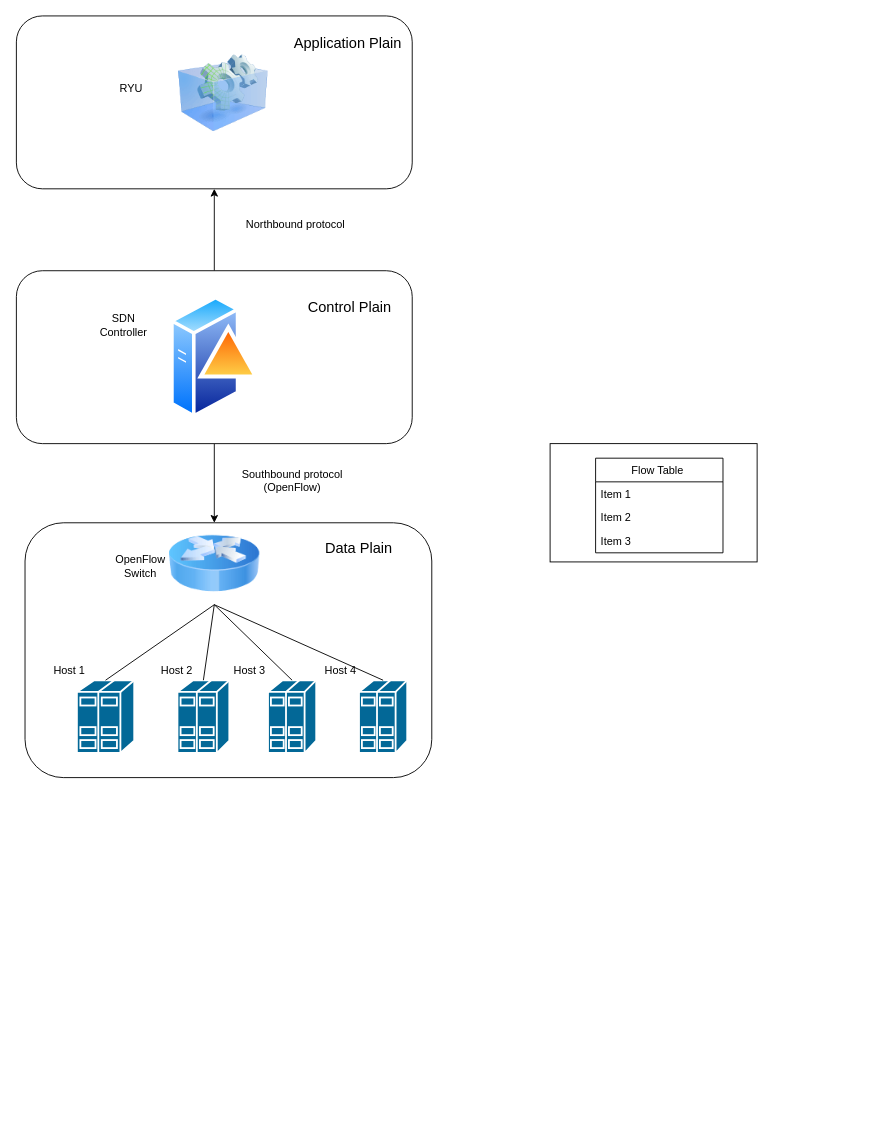
AlistairDrew/Video-Streaming-DASH-and-SDN keeps this draw.io diagram as SDN_structure.drawio. Above is the earlier version. Source tidied: cells renumbered, new cells numbered last; positions are measured from the earlier drawing's top-left corner, leaving out a move shared by most shapes. Both pictures are drawn from the tidied source at 91%, with x=0, y=0 at pixel (16, 15).
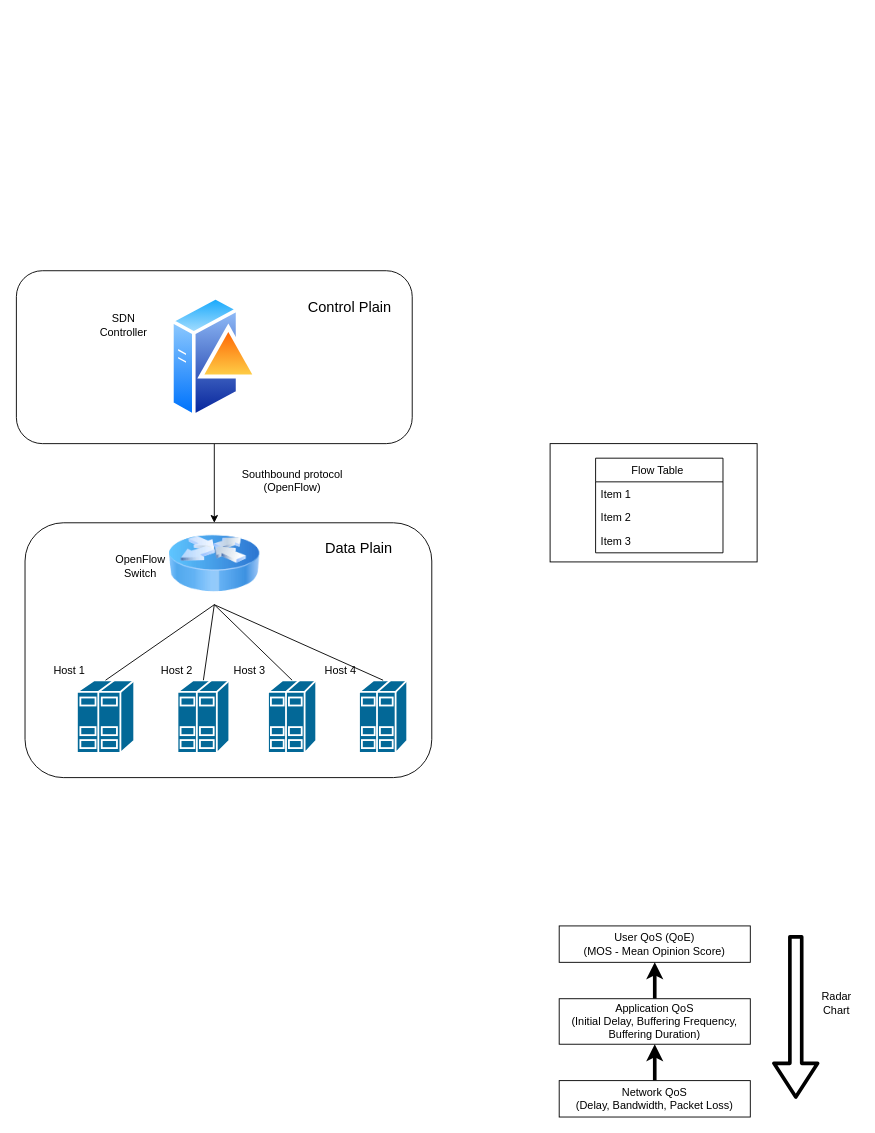
The same page after the edit.

Unchanged cells that the change refers to:
```xml
<mxCell id="4" style="rounded=1;whiteSpace=wrap;html=1;" parent="1" vertex="1">
  <mxGeometry x="-0.5" y="280" width="435" height="190" as="geometry" />
</mxCell>
```

Diff of the diagram source:
```diff
@@
-    <mxCell id="3" style="edgeStyle=orthogonalEdgeStyle;rounded=0;jettySize=auto;html=1;" parent="1" edge="1" source="4" target="29">
-      <mxGeometry relative="1" as="geometry" />
-    </mxCell>
@@
-    <mxCell id="29" style="rounded=1;whiteSpace=wrap;html=1;" parent="1" vertex="1">
-      <mxGeometry x="-0.5" width="435" height="190" as="geometry" />
-    </mxCell>
@@
-    <mxCell id="31" value="Northbound protocol" style="text;html=1;align=center;verticalAlign=middle;strokeColor=none;" parent="1" vertex="1">
-      <mxGeometry x="246" y="220" width="120" height="20" as="geometry" />
-    </mxCell>
-    <mxCell id="32" style="image;html=1;image=img/lib/clip_art/computers/Virtual_Application_128x128.png;" parent="1" vertex="1">
-      <mxGeometry x="177" y="40" width="99" height="90" as="geometry" />
-    </mxCell>
-    <mxCell id="33" value="RYU" style="text;html=1;strokeColor=none;fillColor=none;align=center;verticalAlign=middle;whiteSpace=wrap;rounded=0;" parent="1" vertex="1">
-      <mxGeometry x="106" y="70" width="40" height="20" as="geometry" />
-    </mxCell>
-    <mxCell id="34" value="&lt;font style=&quot;font-size: 16px&quot;&gt;Application Plain&lt;/font&gt;" style="text;html=1;strokeColor=none;fillColor=none;align=center;verticalAlign=middle;whiteSpace=wrap;rounded=0;" parent="1" vertex="1">
-      <mxGeometry x="299" y="20" width="130" height="20" as="geometry" />
-    </mxCell>
+    <mxCell id="35" value="User QoS (QoE)&lt;br&gt;(MOS - Mean Opinion Score)" style="rounded=0;whiteSpace=wrap;html=1;" parent="1" vertex="1">
+      <mxGeometry x="596" y="1000" width="210" height="40" as="geometry" />
+    </mxCell>
+    <mxCell id="36" style="edgeStyle=orthogonalEdgeStyle;rounded=0;jettySize=auto;html=1;strokeWidth=4;" parent="1" edge="1" source="37" target="35">
+      <mxGeometry relative="1" as="geometry" />
+    </mxCell>
+    <mxCell id="37" value="Application QoS&lt;br&gt;(Initial Delay, Buffering Frequency, Buffering Duration)" style="rounded=0;whiteSpace=wrap;html=1;" parent="1" vertex="1">
+      <mxGeometry x="596" y="1080" width="210" height="50" as="geometry" />
+    </mxCell>
+    <mxCell id="38" style="edgeStyle=orthogonalEdgeStyle;rounded=0;jettySize=auto;html=1;exitX=0.5;exitY=0;exitDx=0;exitDy=0;entryX=0.5;entryY=1;entryDx=0;entryDy=0;strokeWidth=4;" parent="1" edge="1" source="39" target="37">
+      <mxGeometry relative="1" as="geometry" />
+    </mxCell>
+    <mxCell id="39" value="Network QoS&lt;br&gt;(Delay, Bandwidth, Packet Loss)" style="rounded=0;whiteSpace=wrap;html=1;" parent="1" vertex="1">
+      <mxGeometry x="596" y="1170" width="210" height="40" as="geometry" />
+    </mxCell>
+    <mxCell id="40" style="shape=flexArrow;endArrow=classic;html=1;strokeWidth=4;endWidth=31;endSize=11;" parent="1" edge="1">
+      <mxGeometry relative="1" as="geometry">
+        <mxPoint x="856" y="1010" as="sourcePoint" />
+        <mxPoint x="856" y="1190" as="targetPoint" />
+      </mxGeometry>
+    </mxCell>
+    <mxCell id="41" value="Radar Chart" style="text;html=1;strokeColor=none;fillColor=none;align=center;verticalAlign=middle;whiteSpace=wrap;rounded=0;" parent="1" vertex="1">
+      <mxGeometry x="876" y="1070" width="50" height="30" as="geometry" />
+    </mxCell>
```
